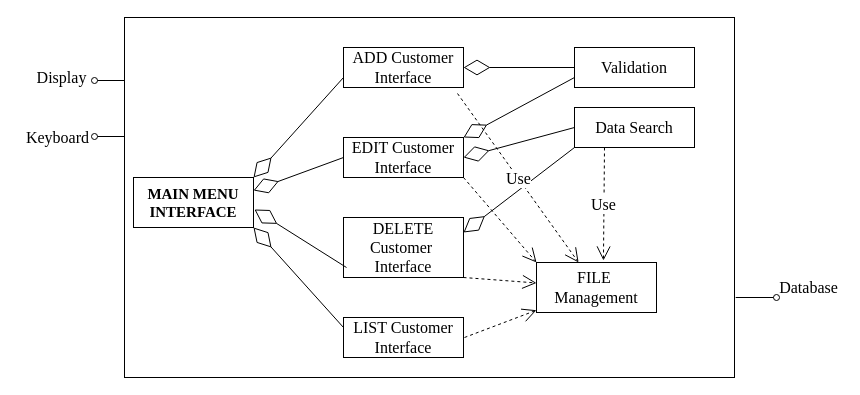
Above: Untitled Diagram.drawio in francis-job/jarvis (draw.io), before the change. Source tidied: cells renumbered, new cells numbered last; positions are measured from the earlier drawing's top-left corner, leaving out a move shared by most shapes. Both pictures are drawn from the tidied source at 100%, with x=0, y=0 at pixel (17, 17).
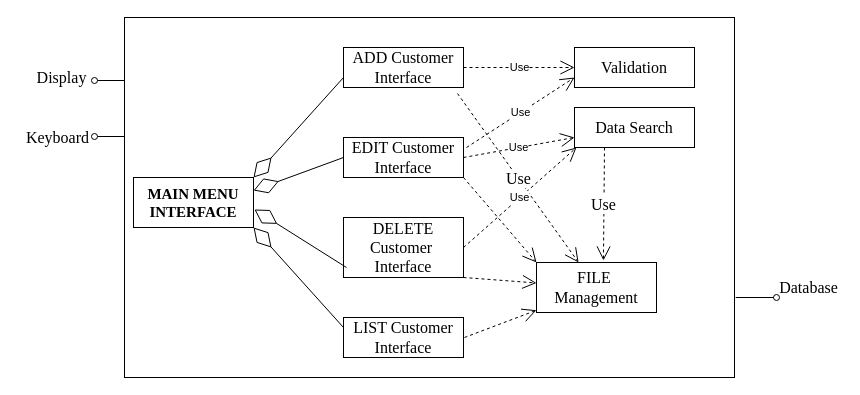
The same diagram, later.

Commit message:
last change i thimk monica

The change refers to these unchanged cells:
```xml
<mxCell id="4" value="ADD Customer&lt;br&gt;Interface" style="rounded=0;whiteSpace=wrap;html=1;fontFamily=Times New Roman;fontSize=16;" parent="1" vertex="1">
  <mxGeometry x="326" y="30" width="120" height="40" as="geometry" />
</mxCell>
<mxCell id="5" value="&lt;font style=&quot;font-size: 16px&quot;&gt;EDIT Customer&lt;br&gt;Interface&lt;/font&gt;" style="rounded=0;whiteSpace=wrap;html=1;fontFamily=Times New Roman;" parent="1" vertex="1">
  <mxGeometry x="326" y="120" width="120" height="40" as="geometry" />
</mxCell>
<mxCell id="7" value="&lt;font style=&quot;font-size: 16px&quot;&gt;DELETE Customer&amp;nbsp;&lt;br&gt;Interface&lt;/font&gt;" style="rounded=0;whiteSpace=wrap;html=1;fontFamily=Times New Roman;" parent="1" vertex="1">
  <mxGeometry x="326" y="200" width="120" height="60" as="geometry" />
</mxCell>
<mxCell id="8" value="Validation" style="rounded=0;whiteSpace=wrap;html=1;fontFamily=Times New Roman;fontSize=16;" parent="1" vertex="1">
  <mxGeometry x="557" y="30" width="120" height="40" as="geometry" />
</mxCell>
<mxCell id="9" value="Data Search" style="rounded=0;whiteSpace=wrap;html=1;fontFamily=Times New Roman;fontSize=16;" parent="1" vertex="1">
  <mxGeometry x="557" y="90" width="120" height="40" as="geometry" />
</mxCell>
```

Change to the diagram source:
```diff
@@
-    <mxCell id="20" style="endArrow=diamondThin;endFill=0;endSize=24;html=1;fontFamily=Times New Roman;fontSize=16;entryX=1;entryY=0.5;entryDx=0;entryDy=0;exitX=0;exitY=0.5;exitDx=0;exitDy=0;" parent="1" edge="1" source="8" target="4">
-      <mxGeometry relative="1" as="geometry" />
-    </mxCell>
-    <mxCell id="21" style="endArrow=diamondThin;endFill=0;endSize=24;html=1;fontFamily=Times New Roman;fontSize=16;entryX=1;entryY=0;entryDx=0;entryDy=0;exitX=0;exitY=0.75;exitDx=0;exitDy=0;" parent="1" edge="1" source="8" target="5">
-      <mxGeometry relative="1" as="geometry" />
-    </mxCell>
-    <mxCell id="22" style="endArrow=diamondThin;endFill=0;endSize=24;html=1;fontFamily=Times New Roman;fontSize=16;entryX=1;entryY=0.5;entryDx=0;entryDy=0;exitX=0;exitY=0.5;exitDx=0;exitDy=0;" parent="1" edge="1" source="9" target="5">
-      <mxGeometry relative="1" as="geometry" />
-    </mxCell>
-    <mxCell id="23" style="endArrow=diamondThin;endFill=0;endSize=24;html=1;fontFamily=Times New Roman;fontSize=16;entryX=1;entryY=0.25;entryDx=0;entryDy=0;exitX=0;exitY=1;exitDx=0;exitDy=0;" parent="1" edge="1" source="9" target="7">
-      <mxGeometry relative="1" as="geometry" />
-    </mxCell>
@@
+    <mxCell id="30" value="Use" style="endArrow=open;endSize=12;dashed=1;html=1;entryX=0;entryY=0.5;entryDx=0;entryDy=0;exitX=1;exitY=0.5;exitDx=0;exitDy=0;" parent="1" edge="1" source="4" target="8">
+      <mxGeometry relative="1" as="geometry" />
+    </mxCell>
+    <mxCell id="31" value="Use" style="endArrow=open;endSize=12;dashed=1;html=1;entryX=0;entryY=0.75;entryDx=0;entryDy=0;" parent="1" edge="1" target="8">
+      <mxGeometry relative="1" as="geometry">
+        <mxPoint x="449" y="130" as="sourcePoint" />
+      </mxGeometry>
+    </mxCell>
+    <mxCell id="32" value="Use" style="endArrow=open;endSize=12;dashed=1;html=1;exitX=1;exitY=0.5;exitDx=0;exitDy=0;entryX=0;entryY=0.75;entryDx=0;entryDy=0;" parent="1" edge="1" source="5" target="9">
+      <mxGeometry relative="1" as="geometry" />
+    </mxCell>
+    <mxCell id="33" value="Use" style="endArrow=open;endSize=12;dashed=1;html=1;exitX=1;exitY=0.5;exitDx=0;exitDy=0;" parent="1" edge="1" source="7">
+      <mxGeometry relative="1" as="geometry">
+        <mxPoint x="559" y="130" as="targetPoint" />
+      </mxGeometry>
+    </mxCell>
```
